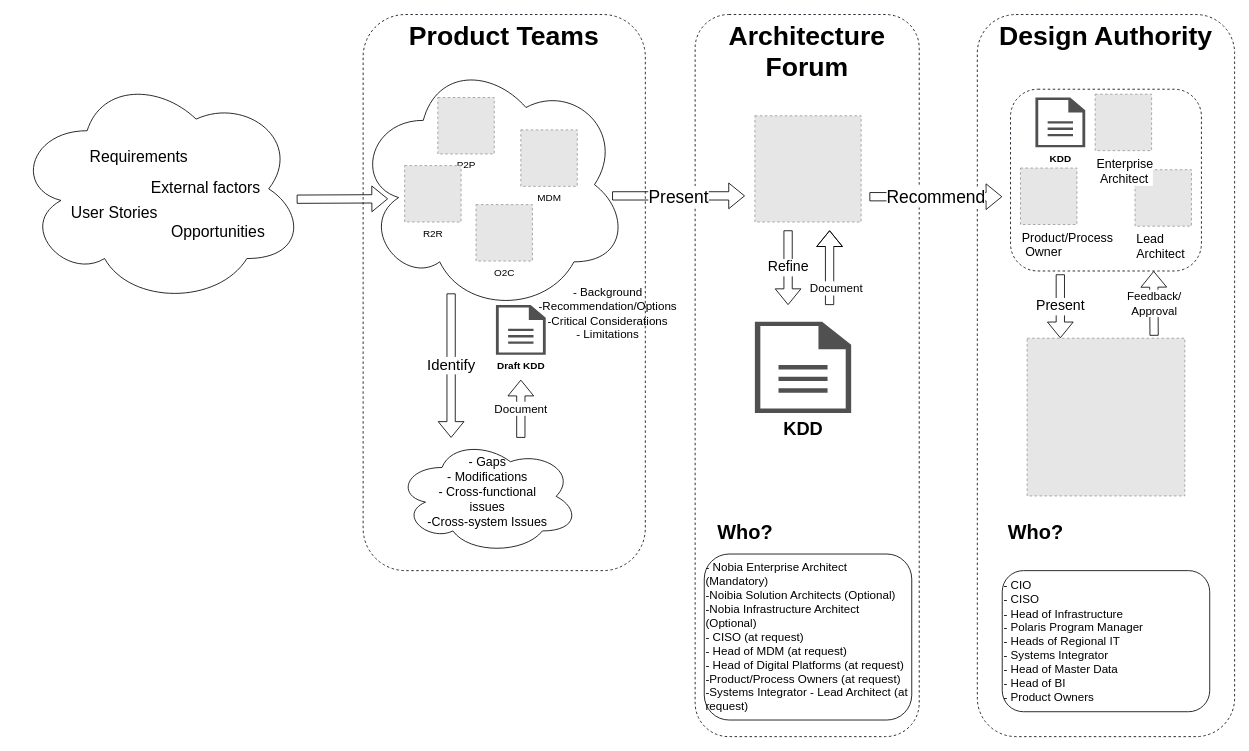
Above: page "Overall" (1 of 7) of Architecture Governance.drawio in mrf742002/Diagrams (draw.io), before the change. Source tidied: cells renumbered, new cells numbered last; positions are measured from the earlier drawing's top-left corner, leaving out a move shared by most shapes. Both pictures are drawn from the tidied source at 83%, with x=0, y=0 at pixel (14, 14). Pictures stored in the file or linked from it are replaced by grey dashed boxes.
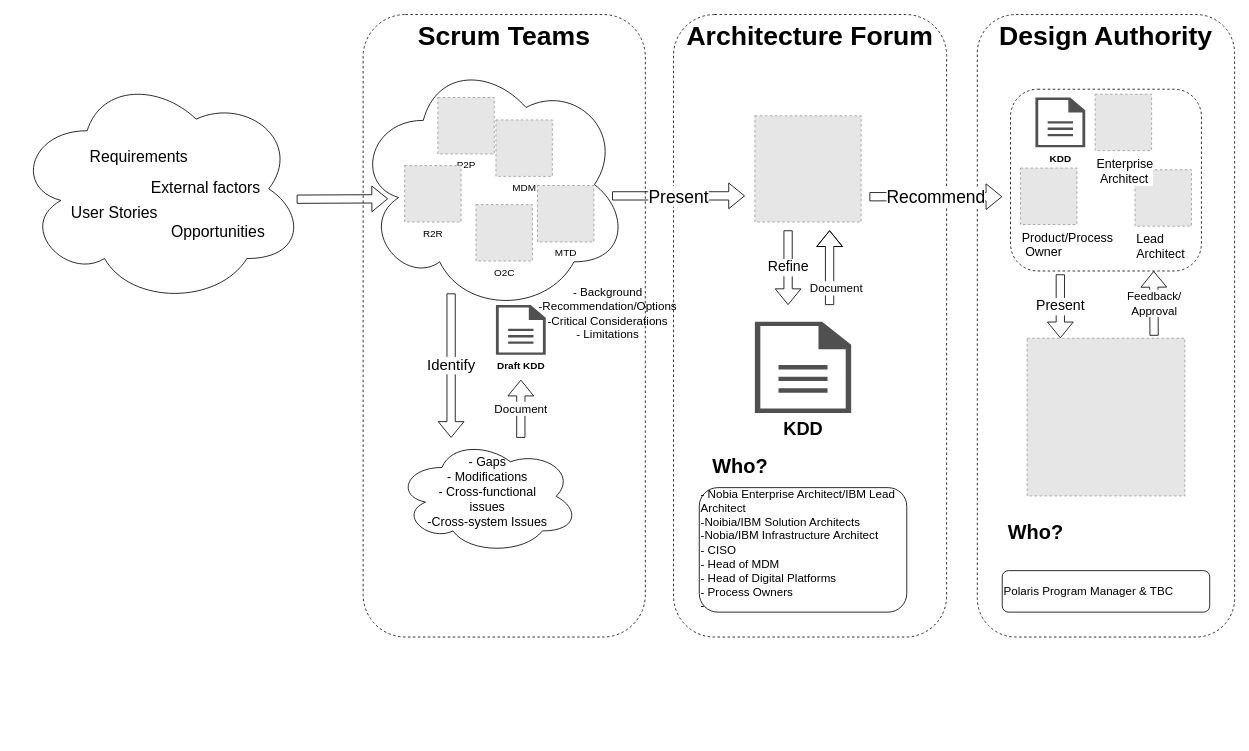
The same diagram, later.

What changed in the source:
```diff
@@
+    <mxCell id="7" value="&lt;b&gt;Architecture Forum&lt;br&gt;&lt;/b&gt;" style="rounded=1;whiteSpace=wrap;html=1;verticalAlign=top;strokeWidth=1;strokeColor=#020912;dashed=1;fontSize=32;" parent="1" vertex="1">
+      <mxGeometry x="794" width="329" height="750" as="geometry" />
+    </mxCell>
     <mxCell id="2" value="&lt;b&gt;Design Authority&lt;br&gt;&lt;/b&gt;" style="rounded=1;whiteSpace=wrap;html=1;verticalAlign=top;strokeWidth=1;strokeColor=#020912;dashed=1;fontSize=32;" parent="1" vertex="1">
-      <mxGeometry x="1160" width="310" height="870" as="geometry" />
+      <mxGeometry x="1160" width="310" height="750" as="geometry" />
     </mxCell>
@@
-    <mxCell id="4" value="&lt;b&gt;Product Teams&lt;/b&gt;" style="rounded=1;whiteSpace=wrap;html=1;verticalAlign=top;strokeWidth=1;strokeColor=#020912;dashed=1;fontSize=32;" parent="1" vertex="1">
-      <mxGeometry x="420" width="340" height="670" as="geometry" />
+    <mxCell id="4" value="&lt;b&gt;Scrum Teams&lt;/b&gt;" style="rounded=1;whiteSpace=wrap;html=1;verticalAlign=top;strokeWidth=1;strokeColor=#020912;dashed=1;fontSize=32;" parent="1" vertex="1">
+      <mxGeometry x="420" width="340" height="750" as="geometry" />
     </mxCell>
@@
-    <mxCell id="7" value="&lt;b&gt;Architecture&lt;br&gt;Forum&lt;br&gt;&lt;/b&gt;" style="rounded=1;whiteSpace=wrap;html=1;verticalAlign=top;strokeWidth=1;strokeColor=#020912;dashed=1;fontSize=32;" parent="1" vertex="1">
-      <mxGeometry x="820" width="270" height="870" as="geometry" />
-    </mxCell>
@@
     <mxCell id="10" value="MDM" style="fillColor=#E6E6E6;strokeColor=#999999;dashed=1;html=1;verticalAlign=top;verticalLabelPosition=bottom;labelBackgroundColor=#ffffff;" parent="1" vertex="1">
-      <mxGeometry x="610" y="139" width="68" height="68" as="geometry" />
+      <mxGeometry x="580" y="127" width="68" height="68" as="geometry" />
     </mxCell>
@@
-    <mxCell id="36" value="- Nobia Enterprise Architect (Mandatory)&lt;br&gt;-Noibia Solution Architects (Optional)&lt;br&gt;-Nobia Infrastructure Architect (Optional)&lt;br&gt;- CISO (at request)&lt;br&gt;- Head of MDM (at request)&lt;br&gt;- Head of Digital Platforms (at request)&lt;br&gt;-Product/Process Owners (at request)&lt;br&gt;-Systems Integrator - Lead Architect (at request)" style="rounded=1;whiteSpace=wrap;html=1;fontSize=14;align=left;" parent="1" vertex="1">
-      <mxGeometry x="831" y="650" width="250" height="200" as="geometry" />
+    <mxCell id="36" value="- Nobia Enterprise Architect/IBM Lead Architect&amp;nbsp;&lt;br&gt;-Noibia/IBM Solution Architects&amp;nbsp;&lt;br&gt;-Nobia/IBM Infrastructure Architect&lt;br&gt;- CISO &lt;br&gt;- Head of MDM&lt;br&gt;- Head of Digital Platforms&amp;nbsp;&lt;br&gt;- Process Owners&amp;nbsp;&lt;br&gt;-" style="rounded=1;whiteSpace=wrap;html=1;fontSize=14;align=left;" parent="1" vertex="1">
+      <mxGeometry x="825" y="570" width="250" height="150" as="geometry" />
     </mxCell>
     <mxCell id="37" value="Who?" style="text;html=1;align=center;verticalAlign=middle;fontSize=24;fontStyle=1;" parent="1" vertex="1">
-      <mxGeometry x="840" y="610" width="80" height="30" as="geometry" />
+      <mxGeometry x="834" y="530" width="80" height="30" as="geometry" />
     </mxCell>
-    <mxCell id="38" value="- CIO&lt;br&gt;- CISO&amp;nbsp;&lt;br&gt;- Head of Infrastructure&lt;br&gt;- Polaris Program Manager&lt;br&gt;- Heads of Regional IT&lt;br&gt;- Systems Integrator&lt;br&gt;- Head of Master Data&lt;br&gt;- Head of BI&lt;br&gt;- Product Owners" style="rounded=1;whiteSpace=wrap;html=1;fontSize=14;align=left;" parent="1" vertex="1">
-      <mxGeometry x="1190" y="670" width="250" height="170" as="geometry" />
+    <mxCell id="38" value="Polaris Program Manager &amp;amp; TBC" style="rounded=1;whiteSpace=wrap;html=1;fontSize=14;align=left;" parent="1" vertex="1">
+      <mxGeometry x="1190" y="670" width="250" height="50" as="geometry" />
     </mxCell>
@@
+    <mxCell id="40" value="MTD" style="fillColor=#E6E6E6;strokeColor=#999999;dashed=1;html=1;verticalAlign=top;verticalLabelPosition=bottom;labelBackgroundColor=#ffffff;" parent="1" vertex="1">
+      <mxGeometry x="630" y="206" width="68" height="68" as="geometry" />
+    </mxCell>
```
